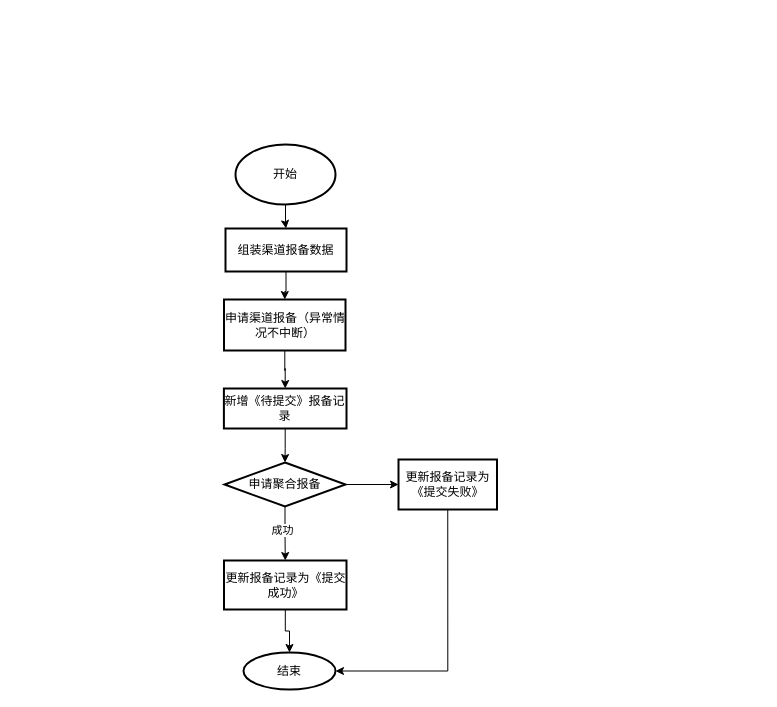
fengyong7723131/work keeps this draw.io diagram as page "主流程" (1 of 3) of 报备.drawio. Above is the earlier version. Source tidied: cells renumbered, new cells numbered last; positions are measured from the earlier drawing's top-left corner, leaving out a move shared by most shapes. Both pictures are drawn from the tidied source at 100%, with x=0, y=0 at pixel (223, 144).
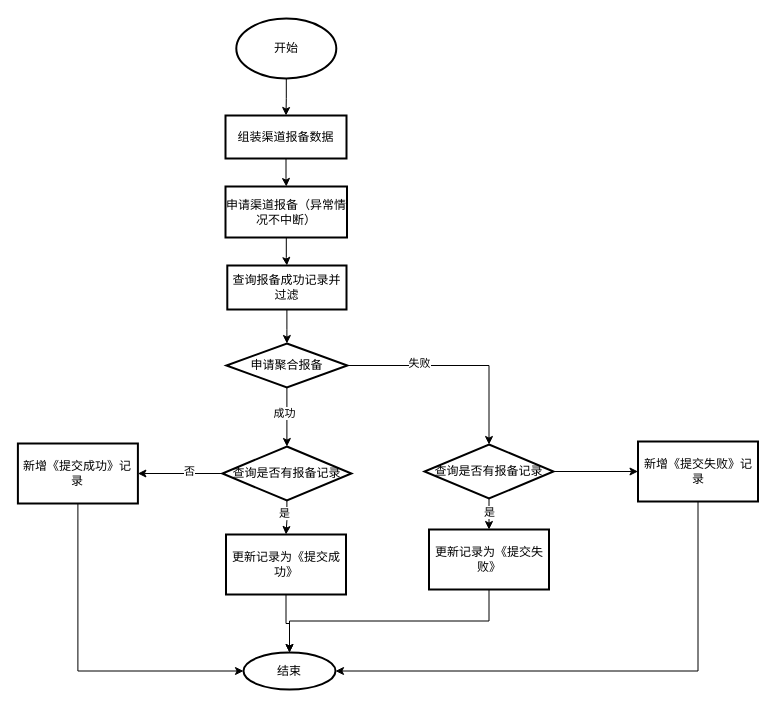
Above is the later version.

The change refers to these unchanged cells:
```xml
<mxCell id="8" value="结束" style="ellipse;whiteSpace=wrap;html=1;strokeWidth=2;" parent="1" vertex="1">
  <mxGeometry x="20" y="508" width="92" height="37" as="geometry" />
</mxCell>
```

Change to the diagram source:
```diff
@@
     <mxCell id="3" value="开始" style="strokeWidth=2;html=1;shape=mxgraph.flowchart.start_1;whiteSpace=wrap;" parent="1" vertex="1">
-      <mxGeometry x="12" width="100" height="60" as="geometry" />
+      <mxGeometry x="12.8" y="-126" width="100" height="60" as="geometry" />
     </mxCell>
@@
     <mxCell id="5" value="组装渠道报备数据" style="whiteSpace=wrap;html=1;strokeWidth=2;" parent="1" vertex="1">
-      <mxGeometry x="2" y="84" width="121" height="43" as="geometry" />
+      <mxGeometry x="2" y="-29" width="121" height="43" as="geometry" />
     </mxCell>
-    <mxCell id="6" style="edgeStyle=orthogonalEdgeStyle;rounded=0;jettySize=auto;html=1;" parent="1" edge="1" source="7" target="10">
-      <mxGeometry relative="1" as="geometry" />
-    </mxCell>
+    <mxCell id="19" style="edgeStyle=orthogonalEdgeStyle;rounded=0;jettySize=auto;html=1;" parent="1" edge="1" source="7" target="22">
+      <mxGeometry relative="1" as="geometry" />
+    </mxCell>
     <mxCell id="7" value="申请渠道报备（异常情况不中断）" style="whiteSpace=wrap;html=1;strokeWidth=2;" parent="1" vertex="1">
-      <mxGeometry x="0.5" y="155" width="121.5" height="51" as="geometry" />
+      <mxGeometry x="2" y="42" width="121.5" height="51" as="geometry" />
     </mxCell>
@@
-    <mxCell id="9" style="edgeStyle=orthogonalEdgeStyle;rounded=0;jettySize=auto;html=1;" parent="1" edge="1" source="10" target="14">
-      <mxGeometry relative="1" as="geometry" />
-    </mxCell>
-    <mxCell id="10" value="新增《待提交》报备记录" style="whiteSpace=wrap;html=1;strokeWidth=2;" parent="1" vertex="1">
-      <mxGeometry x="0.4" y="244" width="122.6" height="40" as="geometry" />
-    </mxCell>
-    <mxCell id="11" style="edgeStyle=orthogonalEdgeStyle;rounded=0;jettySize=auto;html=1;" parent="1" edge="1" source="14" target="16">
+    <mxCell id="11" style="edgeStyle=orthogonalEdgeStyle;rounded=0;jettySize=auto;html=1;entryX=0.5;entryY=0;entryDx=0;entryDy=0;entryPerimeter=0;" parent="1" edge="1" source="14" target="27">
       <mxGeometry relative="1" as="geometry" />
     </mxCell>
@@
-    <mxCell id="13" style="edgeStyle=orthogonalEdgeStyle;rounded=0;jettySize=auto;html=1;" parent="1" edge="1" source="14" target="18">
+    <mxCell id="13" style="edgeStyle=orthogonalEdgeStyle;rounded=0;jettySize=auto;html=1;entryX=0.5;entryY=0;entryDx=0;entryDy=0;entryPerimeter=0;" parent="1" edge="1" source="14" target="31">
       <mxGeometry relative="1" as="geometry" />
     </mxCell>
+    <mxCell id="20" value="失败" style="edgeLabel;html=1;align=center;verticalAlign=middle;" parent="13" vertex="1">
+      <mxGeometry x="-0.35" y="3" relative="1" as="geometry" />
+    </mxCell>
     <mxCell id="14" value="申请聚合报备" style="strokeWidth=2;html=1;shape=mxgraph.flowchart.decision;whiteSpace=wrap;" parent="1" vertex="1">
-      <mxGeometry x="1" y="318" width="121" height="44" as="geometry" />
+      <mxGeometry x="2.9" y="199" width="121" height="44" as="geometry" />
     </mxCell>
-    <mxCell id="15" style="edgeStyle=orthogonalEdgeStyle;rounded=0;jettySize=auto;html=1;" parent="1" edge="1" source="16" target="8">
-      <mxGeometry relative="1" as="geometry" />
-    </mxCell>
-    <mxCell id="16" value="更新报备记录为《提交成功》" style="whiteSpace=wrap;html=1;strokeWidth=2;" parent="1" vertex="1">
-      <mxGeometry x="0.5" y="416" width="122.5" height="49" as="geometry" />
-    </mxCell>
-    <mxCell id="17" style="edgeStyle=orthogonalEdgeStyle;rounded=0;jettySize=auto;html=1;exitX=0.5;exitY=1;exitDx=0;exitDy=0;entryX=1;entryY=0.5;entryDx=0;entryDy=0;" parent="1" edge="1" source="18" target="8">
-      <mxGeometry relative="1" as="geometry" />
-    </mxCell>
-    <mxCell id="18" value="&lt;span&gt;更新报备记录为《提交失败》&lt;/span&gt;" style="whiteSpace=wrap;html=1;strokeWidth=2;" parent="1" vertex="1">
-      <mxGeometry x="175" y="315" width="98.5" height="50" as="geometry" />
-    </mxCell>
+    <mxCell id="21" style="edgeStyle=orthogonalEdgeStyle;rounded=0;jettySize=auto;html=1;" parent="1" edge="1" source="22" target="14">
+      <mxGeometry relative="1" as="geometry" />
+    </mxCell>
+    <mxCell id="22" value="查询报备成功记录并过滤" style="whiteSpace=wrap;html=1;strokeWidth=2;" parent="1" vertex="1">
+      <mxGeometry x="3.8" y="121" width="119.2" height="44" as="geometry" />
+    </mxCell>
+    <mxCell id="23" style="edgeStyle=orthogonalEdgeStyle;rounded=0;jettySize=auto;html=1;" parent="1" edge="1" source="27" target="33">
+      <mxGeometry relative="1" as="geometry" />
+    </mxCell>
+    <mxCell id="24" value="是" style="edgeLabel;html=1;align=center;verticalAlign=middle;" parent="23" vertex="1">
+      <mxGeometry x="0.2" y="-8" relative="1" as="geometry">
+        <mxPoint x="6" y="-8" as="offset" />
+      </mxGeometry>
+    </mxCell>
+    <mxCell id="25" style="edgeStyle=orthogonalEdgeStyle;rounded=0;jettySize=auto;html=1;" parent="1" edge="1" source="27" target="37">
+      <mxGeometry relative="1" as="geometry" />
+    </mxCell>
+    <mxCell id="26" value="否" style="edgeLabel;html=1;align=center;verticalAlign=middle;" parent="25" vertex="1">
+      <mxGeometry x="-0.22" y="-3" relative="1" as="geometry" />
+    </mxCell>
+    <mxCell id="27" value="查询是否有报备记录" style="strokeWidth=2;html=1;shape=mxgraph.flowchart.decision;whiteSpace=wrap;" parent="1" vertex="1">
+      <mxGeometry x="-1.1" y="302" width="129" height="54" as="geometry" />
+    </mxCell>
+    <mxCell id="28" style="edgeStyle=orthogonalEdgeStyle;rounded=0;jettySize=auto;html=1;" parent="1" edge="1" source="31" target="35">
+      <mxGeometry relative="1" as="geometry" />
+    </mxCell>
+    <mxCell id="29" value="是" style="edgeLabel;html=1;align=center;verticalAlign=middle;" parent="28" vertex="1">
+      <mxGeometry x="0.27" relative="1" as="geometry" />
+    </mxCell>
+    <mxCell id="30" style="edgeStyle=orthogonalEdgeStyle;rounded=0;jettySize=auto;html=1;" parent="1" edge="1" source="31" target="39">
+      <mxGeometry relative="1" as="geometry" />
+    </mxCell>
+    <mxCell id="31" value="查询是否有报备记录" style="strokeWidth=2;html=1;shape=mxgraph.flowchart.decision;whiteSpace=wrap;" parent="1" vertex="1">
+      <mxGeometry x="201" y="300" width="129" height="54" as="geometry" />
+    </mxCell>
+    <mxCell id="32" style="edgeStyle=orthogonalEdgeStyle;rounded=0;jettySize=auto;html=1;" parent="1" edge="1" source="33" target="8">
+      <mxGeometry relative="1" as="geometry" />
+    </mxCell>
+    <mxCell id="33" value="更新记录为《提交成功》" style="whiteSpace=wrap;html=1;strokeWidth=2;" parent="1" vertex="1">
+      <mxGeometry x="2.5" y="390" width="120" height="60" as="geometry" />
+    </mxCell>
+    <mxCell id="34" style="edgeStyle=orthogonalEdgeStyle;rounded=0;jettySize=auto;html=1;exitX=0.5;exitY=1;exitDx=0;exitDy=0;" parent="1" edge="1" source="35" target="8">
+      <mxGeometry relative="1" as="geometry" />
+    </mxCell>
+    <mxCell id="35" value="更新记录为《提交失败》" style="whiteSpace=wrap;html=1;strokeWidth=2;" parent="1" vertex="1">
+      <mxGeometry x="205.5" y="385" width="120" height="60" as="geometry" />
+    </mxCell>
+    <mxCell id="36" style="edgeStyle=orthogonalEdgeStyle;rounded=0;jettySize=auto;html=1;exitX=0.5;exitY=1;exitDx=0;exitDy=0;entryX=0;entryY=0.5;entryDx=0;entryDy=0;" parent="1" edge="1" source="37" target="8">
+      <mxGeometry relative="1" as="geometry" />
+    </mxCell>
+    <mxCell id="37" value="新增《提交成功》记录" style="whiteSpace=wrap;html=1;strokeWidth=2;" parent="1" vertex="1">
+      <mxGeometry x="-205.6" y="299" width="120" height="60" as="geometry" />
+    </mxCell>
+    <mxCell id="38" style="edgeStyle=orthogonalEdgeStyle;rounded=0;jettySize=auto;html=1;exitX=0.5;exitY=1;exitDx=0;exitDy=0;entryX=1;entryY=0.5;entryDx=0;entryDy=0;" parent="1" edge="1" source="39" target="8">
+      <mxGeometry relative="1" as="geometry" />
+    </mxCell>
+    <mxCell id="39" value="新增《提交失败》记录" style="whiteSpace=wrap;html=1;strokeWidth=2;" parent="1" vertex="1">
+      <mxGeometry x="414.5" y="297" width="120" height="60" as="geometry" />
+    </mxCell>
```
